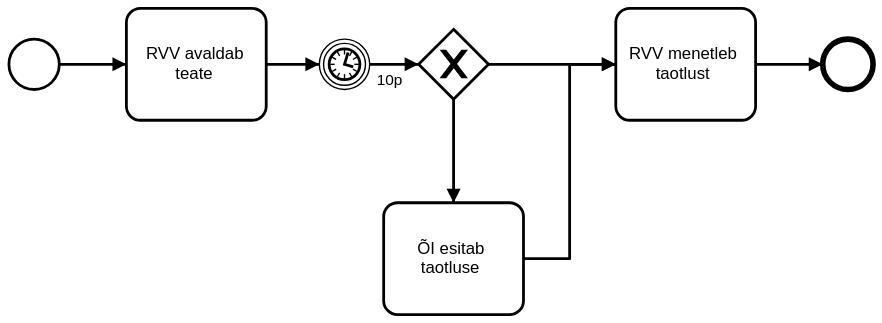
andreaspapp/protsessid keeps this BPMN diagram as RVS/§96v1.svg. Above is the earlier version. Its source is kept beside it as RVS/§96v1.bpmn. Ids are renumbered.
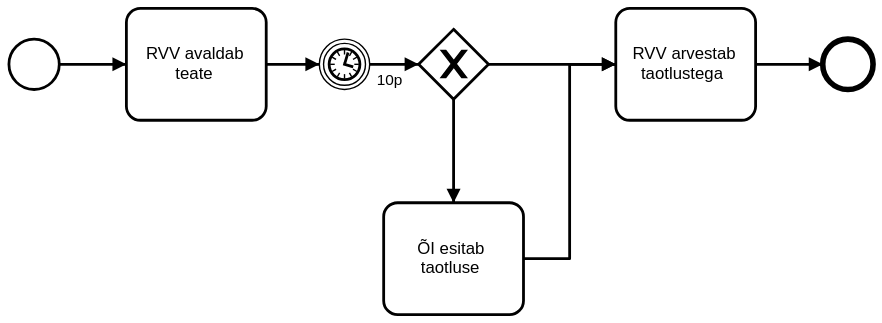
After the commit.

The edit, as a diff of the source:
```diff
@@ -28,7 +28,7 @@
     <bpmn:endEvent id="EndEvent_n11">
       <bpmn:incoming>SequenceFlow_n12</bpmn:incoming>
     </bpmn:endEvent>
-    <bpmn:task id="Task_n13" name="RVV menetleb taotlust">
+    <bpmn:task id="Task_n13" name="RVV arvestab taotlustega">
       <bpmn:incoming>SequenceFlow_n10</bpmn:incoming>
       <bpmn:incoming>SequenceFlow_n8</bpmn:incoming>
       <bpmn:outgoing>SequenceFlow_n12</bpmn:outgoing>
```
